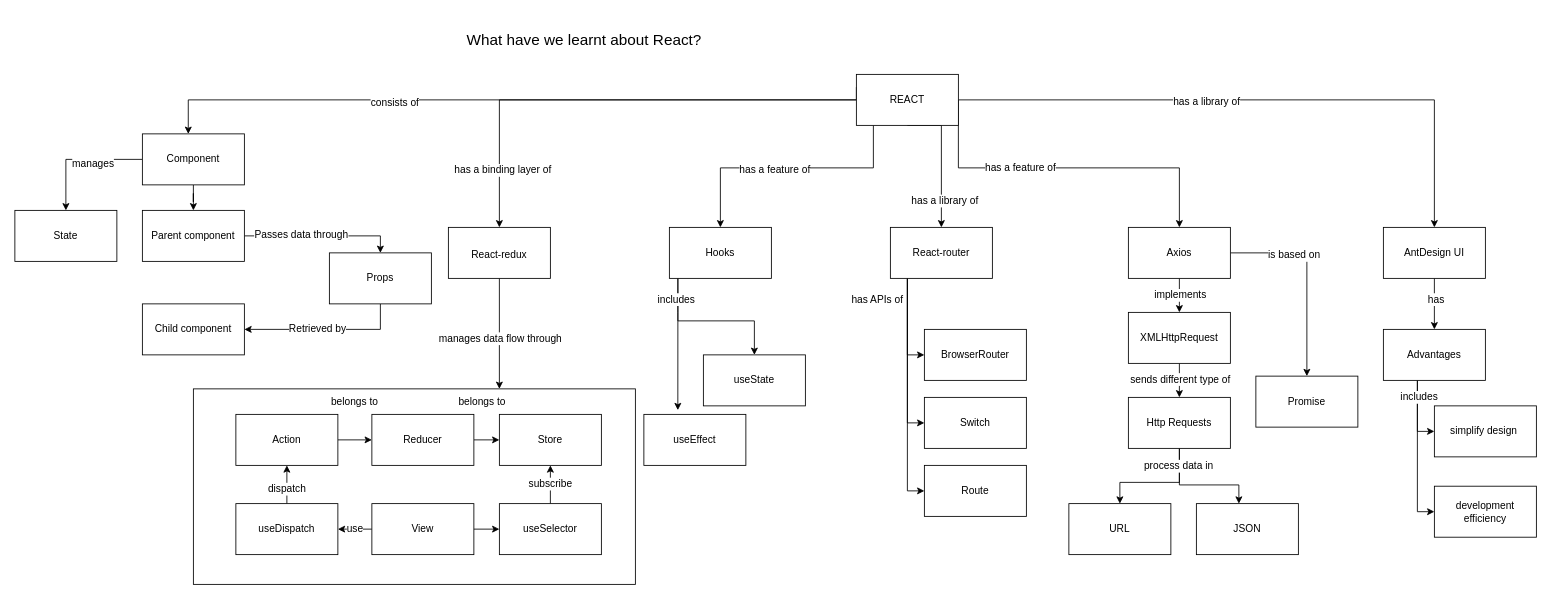
Above: Untitled Diagram.drawio in tommy200401/SpringBoot_TodoList (draw.io), before the change. Source tidied: cells renumbered, new cells numbered last; positions are measured from the earlier drawing's top-left corner, leaving out a move shared by most shapes. Both pictures are drawn from the tidied source at 85%, with x=0, y=0 at pixel (14, 14).
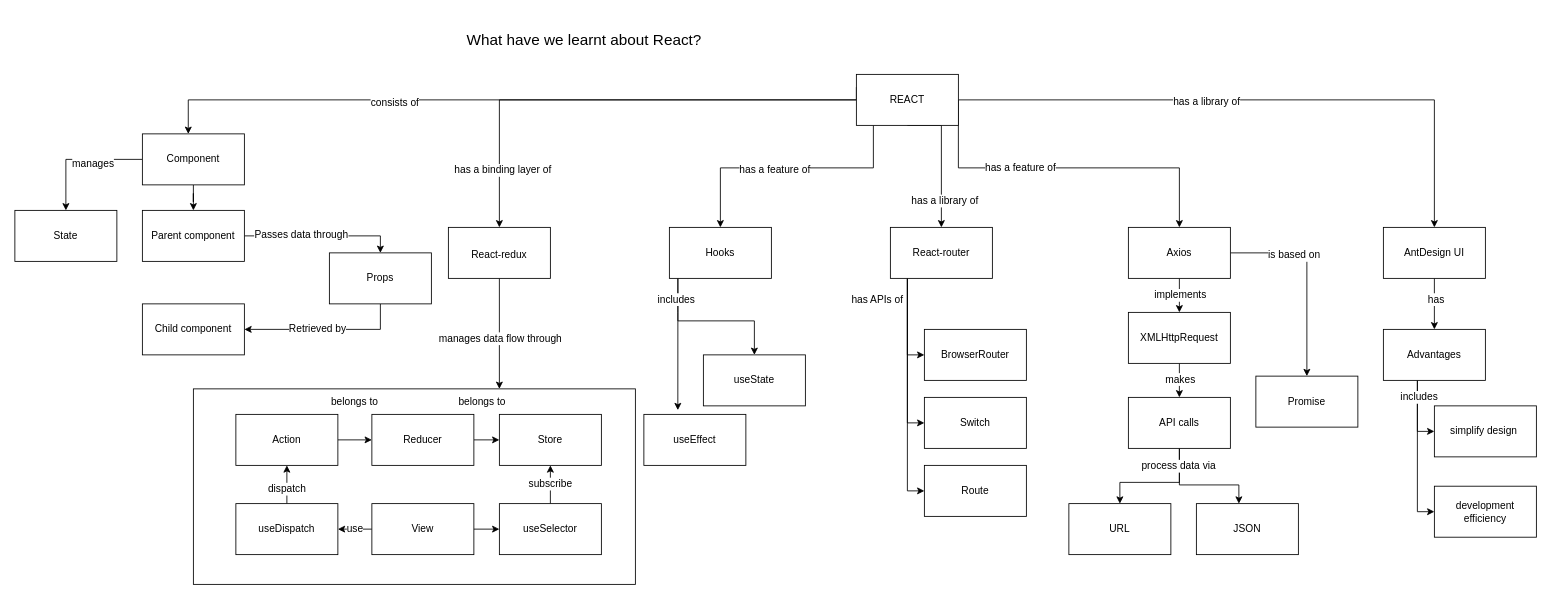
The same diagram, later.

The change refers to these unchanged cells:
```xml
<mxCell id="54" style="edgeStyle=orthogonalEdgeStyle;rounded=0;jettySize=auto;html=1;entryX=0.5;entryY=0;entryDx=0;entryDy=0;fontSize=12;" parent="1" edge="1" source="56" target="60">
  <mxGeometry relative="1" as="geometry" />
</mxCell>
<mxCell id="58" style="edgeStyle=orthogonalEdgeStyle;rounded=0;jettySize=auto;html=1;entryX=0.5;entryY=0;entryDx=0;entryDy=0;fontSize=12;" parent="1" edge="1" source="60" target="82">
  <mxGeometry relative="1" as="geometry">
    <Array as="points">
      <mxPoint x="1370" y="550" />
      <mxPoint x="1300" y="550" />
    </Array>
  </mxGeometry>
</mxCell>
```

Change to the diagram source:
```diff
@@
-    <mxCell id="55" value="sends different type of" style="edgeLabel;html=1;align=center;verticalAlign=middle;fontSize=12;" parent="54" vertex="1">
+    <mxCell id="55" value="makes" style="edgeLabel;html=1;align=center;verticalAlign=middle;fontSize=12;" parent="54" vertex="1">
       <mxGeometry x="-0.1" relative="1" as="geometry" />
     </mxCell>
@@
-    <mxCell id="59" value="process data in" style="edgeLabel;html=1;align=center;verticalAlign=middle;fontSize=12;" parent="58" vertex="1">
+    <mxCell id="59" value="process data via" style="edgeLabel;html=1;align=center;verticalAlign=middle;fontSize=12;" parent="58" vertex="1">
       <mxGeometry x="-0.7" y="-2" relative="1" as="geometry" />
     </mxCell>
-    <mxCell id="60" value="Http Requests" style="rounded=0;whiteSpace=wrap;html=1;fontSize=12;" parent="1" vertex="1">
+    <mxCell id="60" value="API calls" style="rounded=0;whiteSpace=wrap;html=1;fontSize=12;" parent="1" vertex="1">
       <mxGeometry x="1310" y="450" width="120" height="60" as="geometry" />
     </mxCell>
```
